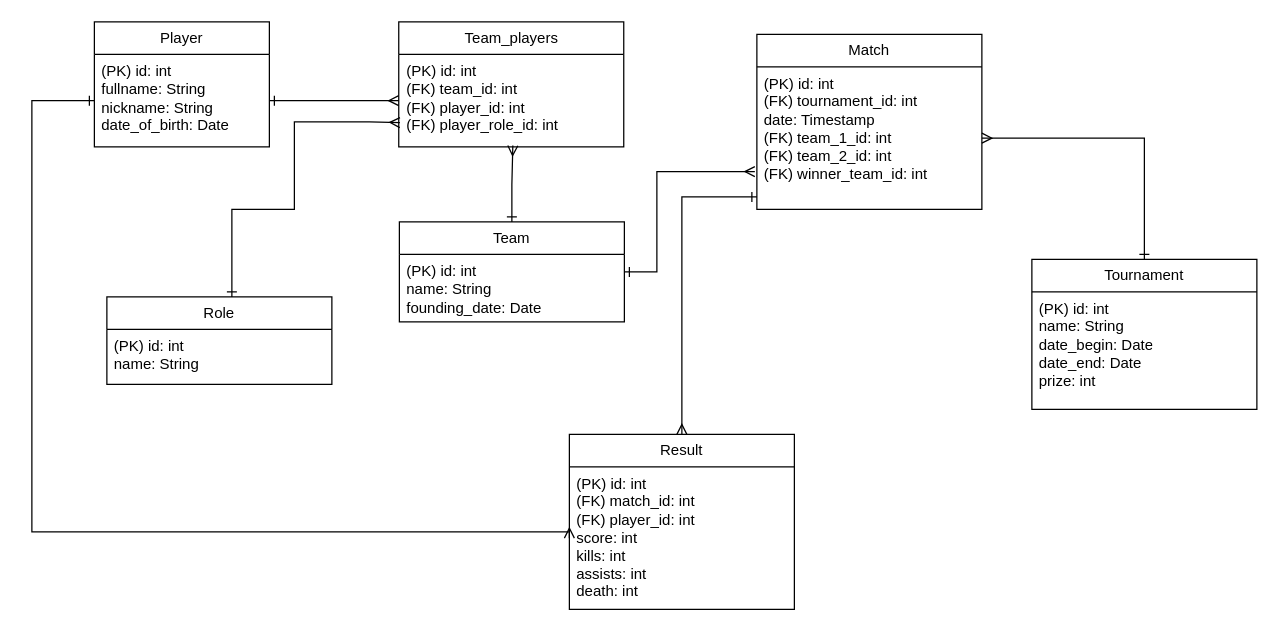
Before: вороньи лапки киберспорт.drawio in Deviky/FOREVASIAOD, a draw.io diagram. Source tidied: cells renumbered, new cells numbered last; positions are measured from the earlier drawing's top-left corner, leaving out a move shared by most shapes. Both pictures are drawn from the tidied source at 125%, with x=0, y=0 at pixel (31, 21).
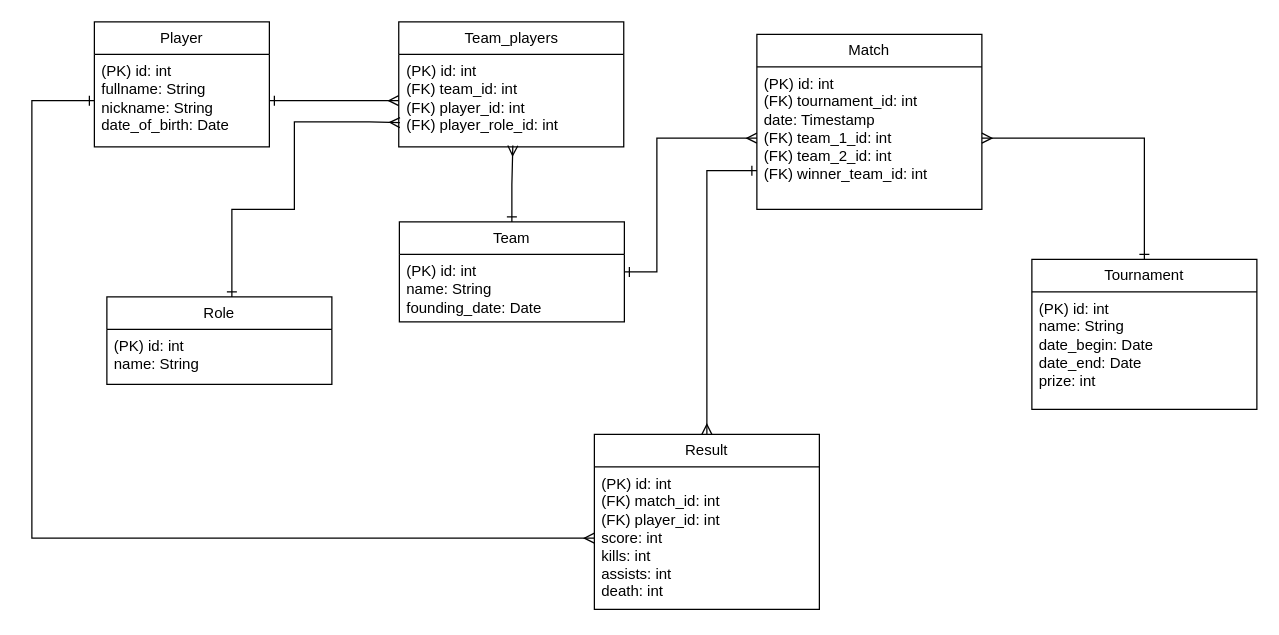
The same page after the edit.

Unchanged cells that the change refers to:
```xml
<mxCell id="3" value="(PK) id: int&lt;div&gt;fullname: String&lt;br&gt;nickname: String&lt;/div&gt;&lt;div&gt;date_of_birth: Date&lt;/div&gt;&lt;div&gt;&lt;br&gt;&lt;/div&gt;&lt;div&gt;&lt;br&gt;&lt;/div&gt;" style="text;strokeColor=none;fillColor=none;align=left;verticalAlign=top;spacingLeft=4;spacingRight=4;overflow=hidden;points=[[0,0.5],[1,0.5]];portConstraint=eastwest;whiteSpace=wrap;html=1;" parent="2" vertex="1">
  <mxGeometry y="26" width="140" height="74" as="geometry" />
</mxCell>
<mxCell id="5" value="Team" style="swimlane;fontStyle=0;horizontal=1;startSize=26;fillColor=none;whiteSpace=wrap;html=1;rounded=0;" parent="1" vertex="1">
  <mxGeometry x="294" y="160" width="180" height="80" as="geometry" />
</mxCell>
<mxCell id="10" value="(PK) id: int&lt;br&gt;&lt;div&gt;&lt;span style=&quot;background-color: initial;&quot;&gt;(FK)&lt;/span&gt;&lt;span style=&quot;background-color: initial;&quot;&gt;&amp;nbsp;&lt;/span&gt;tournament_id: int&lt;/div&gt;&lt;div&gt;date: Timestamp&lt;/div&gt;&lt;div&gt;&lt;span style=&quot;background-color: initial;&quot;&gt;(FK)&lt;/span&gt;&lt;span style=&quot;background-color: initial;&quot;&gt;&amp;nbsp;&lt;/span&gt;team_1_id: int&lt;/div&gt;&lt;div&gt;&lt;span style=&quot;background-color: initial;&quot;&gt;(FK)&lt;/span&gt;&lt;span style=&quot;background-color: initial;&quot;&gt;&amp;nbsp;&lt;/span&gt;team_2_id: int&lt;/div&gt;&lt;div&gt;&lt;span style=&quot;background-color: initial;&quot;&gt;(FK)&lt;/span&gt;&lt;span style=&quot;background-color: initial;&quot;&gt;&amp;nbsp;&lt;/span&gt;winner_team_id: int&lt;/div&gt;" style="text;strokeColor=none;fillColor=none;align=left;verticalAlign=top;spacingLeft=4;spacingRight=4;overflow=hidden;points=[[0,0.5],[1,0.5]];portConstraint=eastwest;whiteSpace=wrap;html=1;rounded=0;" parent="9" vertex="1">
  <mxGeometry y="26" width="180" height="114" as="geometry" />
</mxCell>
<mxCell id="17" value="(PK) id: int&lt;br&gt;&lt;div&gt;&lt;span style=&quot;background-color: initial;&quot;&gt;(FK)&lt;/span&gt;&lt;span style=&quot;background-color: initial;&quot;&gt;&amp;nbsp;&lt;/span&gt;match_id: int&lt;/div&gt;&lt;div&gt;&lt;span style=&quot;background-color: initial;&quot;&gt;(FK)&lt;/span&gt;&lt;span style=&quot;background-color: initial;&quot;&gt;&amp;nbsp;&lt;/span&gt;player_id: int&lt;/div&gt;&lt;div&gt;score: int&lt;/div&gt;&lt;div&gt;kills: int&lt;/div&gt;&lt;div&gt;assists: int&lt;/div&gt;&lt;div&gt;death: int&lt;/div&gt;" style="text;strokeColor=none;fillColor=none;align=left;verticalAlign=top;spacingLeft=4;spacingRight=4;overflow=hidden;points=[[0,0.5],[1,0.5]];portConstraint=eastwest;whiteSpace=wrap;html=1;" parent="16" vertex="1">
  <mxGeometry y="26" width="180" height="114" as="geometry" />
</mxCell>
```

What changed in the source:
```diff
@@
     <mxCell id="16" value="Result" style="swimlane;fontStyle=0;horizontal=1;startSize=26;fillColor=none;whiteSpace=wrap;html=1;rounded=0;" parent="1" vertex="1">
-      <mxGeometry x="430" y="330" width="180" height="140" as="geometry" />
+      <mxGeometry x="450" y="330" width="180" height="140" as="geometry" />
     </mxCell>
@@
-    <mxCell id="19" style="edgeStyle=orthogonalEdgeStyle;rounded=0;jettySize=auto;html=1;entryX=-0.009;entryY=0.735;entryDx=0;entryDy=0;entryPerimeter=0;startArrow=ERone;startFill=0;endArrow=ERmany;endFill=0;" parent="1" edge="1" source="5" target="10">
+    <mxCell id="19" style="edgeStyle=orthogonalEdgeStyle;rounded=0;jettySize=auto;html=1;startArrow=ERone;startFill=0;endArrow=ERmany;endFill=0;entryX=0;entryY=0.5;entryDx=0;entryDy=0;" parent="1" edge="1" source="5" target="10">
       <mxGeometry relative="1" as="geometry">
         <Array as="points">
           <mxPoint x="500" y="200" />
-          <mxPoint x="500" y="120" />
+          <mxPoint x="500" y="93" />
         </Array>
       </mxGeometry>
     </mxCell>
@@
-    <mxCell id="21" style="edgeStyle=orthogonalEdgeStyle;rounded=0;jettySize=auto;html=1;entryX=0.5;entryY=0;entryDx=0;entryDy=0;startArrow=ERone;startFill=0;endArrow=ERmany;endFill=0;" parent="1" edge="1" source="10" target="16">
+    <mxCell id="21" style="edgeStyle=orthogonalEdgeStyle;rounded=0;jettySize=auto;html=1;entryX=0.5;entryY=0;entryDx=0;entryDy=0;startArrow=ERone;startFill=0;endArrow=ERmany;endFill=0;" parent="1" edge="1" target="16">
       <mxGeometry relative="1" as="geometry">
+        <mxPoint x="580" y="119" as="sourcePoint" />
         <Array as="points">
-          <mxPoint x="520" y="140" />
+          <mxPoint x="540" y="119" />
         </Array>
       </mxGeometry>
     </mxCell>
     <mxCell id="22" style="edgeStyle=orthogonalEdgeStyle;rounded=0;jettySize=auto;html=1;entryX=0;entryY=0.5;entryDx=0;entryDy=0;startArrow=ERone;startFill=0;endArrow=ERmany;endFill=0;" parent="1" edge="1" source="3" target="17">
       <mxGeometry relative="1" as="geometry">
         <Array as="points">
           <mxPoint y="63" />
-          <mxPoint y="408" />
+          <mxPoint y="413" />
         </Array>
       </mxGeometry>
     </mxCell>
```
